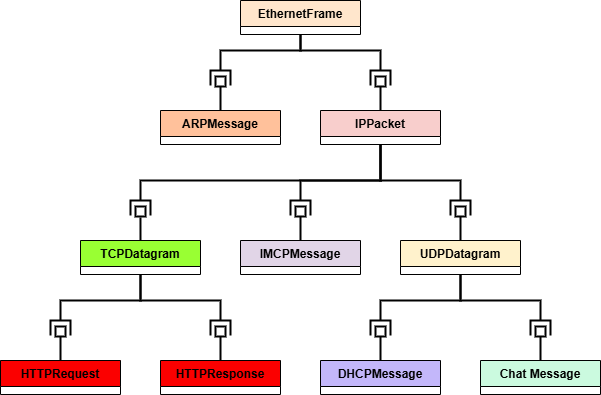
This is appliedprog/diagrams/week18-container-tree.png from RichardMorris/TRUR3125-Applied-Programming-26-27, a draw.io export, as it was before one commit. Source tidied: cells renumbered, new cells last; positions are measured from the earlier drawing's top-left corner, leaving out a move shared by most shapes. Source of this version:
```xml
<mxGraphModel>
  <root>
    <mxCell id="0" />
    <mxCell id="1" parent="0" />
    <mxCell id="2" value="UDPDatagram" style="swimlane;fontStyle=1;align=center;verticalAlign=top;horizontal=1;startSize=26;whiteSpace=wrap;html=1;fillColor=#FFF2CC;" parent="1" vertex="1">
      <mxGeometry x="400" y="240" width="120" height="34" as="geometry" />
    </mxCell>
    <mxCell id="3" value="IMCPMessage" style="swimlane;fontStyle=1;align=center;verticalAlign=top;horizontal=1;startSize=26;whiteSpace=wrap;html=1;fillColor=#E1D5E7;" parent="1" vertex="1">
      <mxGeometry x="240" y="240" width="120" height="34" as="geometry" />
    </mxCell>
    <mxCell id="4" style="rounded=0;jettySize=auto;html=1;endArrow=none;endFill=0;endSize=7;strokeWidth=2;sketch=0;strokeColor=default;align=center;verticalAlign=middle;fontFamily=Helvetica;fontSize=11;fontColor=default;labelBackgroundColor=default;sourcePerimeterSpacing=0;targetPerimeterSpacing=0;entryX=0.5;entryY=1;entryDx=0;entryDy=0;" parent="1" edge="1" source="20" target="44">
      <mxGeometry relative="1" as="geometry" />
    </mxCell>
    <mxCell id="5" style="rounded=0;jettySize=auto;html=1;endArrow=none;endFill=0;sketch=0;sourcePerimeterSpacing=0;targetPerimeterSpacing=0;endSize=7;strokeWidth=2;edgeStyle=orthogonalEdgeStyle;strokeColor=default;align=center;verticalAlign=middle;fontFamily=Helvetica;fontSize=11;fontColor=default;labelBackgroundColor=default;entryX=0.5;entryY=1;entryDx=0;entryDy=0;" parent="1" edge="1" source="17" target="40">
      <mxGeometry relative="1" as="geometry">
        <Array as="points">
          <mxPoint x="300" y="50" />
          <mxPoint x="380" y="50" />
        </Array>
      </mxGeometry>
    </mxCell>
    <mxCell id="6" style="rounded=0;jettySize=auto;html=1;endArrow=none;endFill=0;sketch=0;sourcePerimeterSpacing=0;targetPerimeterSpacing=0;endSize=7;strokeWidth=2;edgeStyle=orthogonalEdgeStyle;strokeColor=default;align=center;verticalAlign=middle;fontFamily=Helvetica;fontSize=11;fontColor=default;labelBackgroundColor=default;" parent="1" edge="1" source="16">
      <mxGeometry relative="1" as="geometry">
        <mxPoint x="300" y="200" as="targetPoint" />
        <Array as="points">
          <mxPoint x="380" y="180" />
          <mxPoint x="300" y="180" />
        </Array>
      </mxGeometry>
    </mxCell>
    <mxCell id="7" style="rounded=0;jettySize=auto;html=1;endArrow=none;endFill=0;sketch=0;sourcePerimeterSpacing=0;targetPerimeterSpacing=0;endSize=7;strokeWidth=2;edgeStyle=orthogonalEdgeStyle;strokeColor=default;align=center;verticalAlign=middle;fontFamily=Helvetica;fontSize=11;fontColor=default;labelBackgroundColor=default;entryX=0.5;entryY=1;entryDx=0;entryDy=0;" parent="1" edge="1" source="16" target="37">
      <mxGeometry relative="1" as="geometry">
        <Array as="points">
          <mxPoint x="380" y="180" />
          <mxPoint x="460" y="180" />
        </Array>
      </mxGeometry>
    </mxCell>
    <mxCell id="8" style="rounded=0;jettySize=auto;html=1;endArrow=none;endFill=0;endSize=10;strokeWidth=2;sketch=0;strokeColor=default;align=center;verticalAlign=middle;fontFamily=Helvetica;fontSize=11;fontColor=default;labelBackgroundColor=default;entryX=0.5;entryY=1;entryDx=0;entryDy=0;" parent="1" edge="1" source="3" target="32">
      <mxGeometry relative="1" as="geometry" />
    </mxCell>
    <mxCell id="9" style="rounded=0;jettySize=auto;html=1;endArrow=none;endFill=0;endSize=5;strokeWidth=2;sketch=0;strokeColor=default;align=center;verticalAlign=middle;fontFamily=Helvetica;fontSize=11;fontColor=default;labelBackgroundColor=default;entryX=0.5;entryY=1;entryDx=0;entryDy=0;" parent="1" edge="1" source="2" target="38">
      <mxGeometry relative="1" as="geometry" />
    </mxCell>
    <mxCell id="10" value="Chat Message" style="swimlane;fontStyle=1;align=center;verticalAlign=top;horizontal=1;startSize=26;whiteSpace=wrap;html=1;fillColor=#CBFADF;" parent="1" vertex="1">
      <mxGeometry x="480" y="360" width="120" height="34" as="geometry" />
    </mxCell>
    <mxCell id="11" style="rounded=0;jettySize=auto;html=1;endArrow=none;endFill=0;endSize=7;strokeWidth=2;sketch=0;strokeColor=default;align=center;verticalAlign=middle;fontFamily=Helvetica;fontSize=11;fontColor=default;labelBackgroundColor=default;sourcePerimeterSpacing=0;targetPerimeterSpacing=0;entryX=0.5;entryY=1;entryDx=0;entryDy=0;" parent="1" edge="1" source="10" target="53">
      <mxGeometry relative="1" as="geometry" />
    </mxCell>
    <mxCell id="12" style="rounded=0;jettySize=auto;html=1;endArrow=none;endFill=0;sketch=0;sourcePerimeterSpacing=0;targetPerimeterSpacing=0;endSize=7;strokeWidth=2;edgeStyle=orthogonalEdgeStyle;strokeColor=default;align=center;verticalAlign=middle;fontFamily=Helvetica;fontSize=11;fontColor=default;labelBackgroundColor=default;" parent="1" edge="1" source="2">
      <mxGeometry relative="1" as="geometry">
        <mxPoint x="540" y="320" as="targetPoint" />
        <Array as="points">
          <mxPoint x="460" y="300" />
          <mxPoint x="540" y="300" />
        </Array>
      </mxGeometry>
    </mxCell>
    <mxCell id="13" value="DHCPMessage" style="swimlane;fontStyle=1;align=center;verticalAlign=top;horizontal=1;startSize=26;whiteSpace=wrap;html=1;fillColor=#C3B7FA;" parent="1" vertex="1">
      <mxGeometry x="320" y="360" width="120" height="34" as="geometry" />
    </mxCell>
    <mxCell id="14" style="rounded=0;jettySize=auto;html=1;endArrow=none;endFill=0;endSize=7;strokeWidth=2;sketch=0;strokeColor=default;align=center;verticalAlign=middle;fontFamily=Helvetica;fontSize=11;fontColor=default;labelBackgroundColor=default;sourcePerimeterSpacing=0;targetPerimeterSpacing=0;entryX=0.5;entryY=1;entryDx=0;entryDy=0;" parent="1" edge="1" source="13" target="56">
      <mxGeometry relative="1" as="geometry" />
    </mxCell>
    <mxCell id="15" style="rounded=0;jettySize=auto;html=1;endArrow=none;endFill=0;sketch=0;sourcePerimeterSpacing=0;targetPerimeterSpacing=0;endSize=7;strokeWidth=2;edgeStyle=orthogonalEdgeStyle;strokeColor=default;align=center;verticalAlign=middle;fontFamily=Helvetica;fontSize=11;fontColor=default;labelBackgroundColor=default;" parent="1" edge="1" source="2">
      <mxGeometry relative="1" as="geometry">
        <mxPoint x="380" y="320" as="targetPoint" />
        <Array as="points">
          <mxPoint x="460" y="300" />
          <mxPoint x="380" y="300" />
        </Array>
      </mxGeometry>
    </mxCell>
    <mxCell id="16" value="IPPacket" style="swimlane;fontStyle=1;align=center;verticalAlign=top;horizontal=1;startSize=26;whiteSpace=wrap;html=1;fillColor=#F8CECC;" parent="1" vertex="1">
      <mxGeometry x="320" y="110" width="120" height="34" as="geometry" />
    </mxCell>
    <mxCell id="17" value="EthernetFrame" style="swimlane;fontStyle=1;align=center;verticalAlign=top;horizontal=1;startSize=26;whiteSpace=wrap;html=1;fillColor=#FFE6CC;" parent="1" vertex="1">
      <mxGeometry x="240" width="120" height="34" as="geometry" />
    </mxCell>
    <mxCell id="18" style="rounded=0;jettySize=auto;html=1;endArrow=none;endFill=0;endSize=7;strokeWidth=2;sketch=0;edgeStyle=orthogonalEdgeStyle;strokeColor=default;align=center;verticalAlign=middle;fontFamily=Helvetica;fontSize=11;fontColor=default;labelBackgroundColor=default;sourcePerimeterSpacing=0;targetPerimeterSpacing=0;entryX=0.5;entryY=1;entryDx=0;entryDy=0;" parent="1" edge="1" source="16" target="41">
      <mxGeometry relative="1" as="geometry" />
    </mxCell>
    <mxCell id="19" style="rounded=0;jettySize=auto;html=1;endArrow=none;endFill=0;sketch=0;sourcePerimeterSpacing=0;targetPerimeterSpacing=0;endSize=7;strokeWidth=2;edgeStyle=orthogonalEdgeStyle;strokeColor=default;align=center;verticalAlign=middle;fontFamily=Helvetica;fontSize=11;fontColor=default;labelBackgroundColor=default;entryX=0.5;entryY=1;entryDx=0;entryDy=0;" parent="1" edge="1" source="17" target="43">
      <mxGeometry relative="1" as="geometry">
        <Array as="points">
          <mxPoint x="300" y="50" />
          <mxPoint x="220" y="50" />
        </Array>
      </mxGeometry>
    </mxCell>
    <mxCell id="20" value="ARPMessage" style="swimlane;fontStyle=1;align=center;verticalAlign=top;horizontal=1;startSize=26;whiteSpace=wrap;html=1;fillColor=#FFC19B;" parent="1" vertex="1">
      <mxGeometry x="160" y="110" width="120" height="34" as="geometry" />
    </mxCell>
    <mxCell id="21" value="TCPDatagram" style="swimlane;fontStyle=1;align=center;verticalAlign=top;horizontal=1;startSize=26;whiteSpace=wrap;html=1;fillColor=#99FF33;" parent="1" vertex="1">
      <mxGeometry x="80" y="240" width="120" height="34" as="geometry" />
    </mxCell>
    <mxCell id="22" style="rounded=0;jettySize=auto;html=1;endArrow=none;endFill=0;sketch=0;sourcePerimeterSpacing=0;targetPerimeterSpacing=0;endSize=7;strokeWidth=2;edgeStyle=orthogonalEdgeStyle;strokeColor=default;align=center;verticalAlign=middle;fontFamily=Helvetica;fontSize=11;fontColor=default;labelBackgroundColor=default;entryX=0.5;entryY=1;entryDx=0;entryDy=0;" parent="1" edge="1" source="16" target="34">
      <mxGeometry relative="1" as="geometry">
        <Array as="points">
          <mxPoint x="380" y="180" />
          <mxPoint x="140" y="180" />
        </Array>
      </mxGeometry>
    </mxCell>
    <mxCell id="23" style="rounded=0;jettySize=auto;html=1;endArrow=none;endFill=0;endSize=10;strokeWidth=2;sketch=0;strokeColor=default;align=center;verticalAlign=middle;fontFamily=Helvetica;fontSize=11;fontColor=default;labelBackgroundColor=default;entryX=0.497;entryY=1.1;entryDx=0;entryDy=0;entryPerimeter=0;" parent="1" edge="1" source="21" target="35">
      <mxGeometry relative="1" as="geometry" />
    </mxCell>
    <mxCell id="24" value="HTTPResponse" style="swimlane;fontStyle=1;align=center;verticalAlign=top;horizontal=1;startSize=26;whiteSpace=wrap;html=1;fillColor=light-dark(#FB0000,#CC0000);" parent="1" vertex="1">
      <mxGeometry x="160" y="360" width="120" height="34" as="geometry" />
    </mxCell>
    <mxCell id="25" value="HTTPRequest" style="swimlane;fontStyle=1;align=center;verticalAlign=top;horizontal=1;startSize=26;whiteSpace=wrap;html=1;fillColor=light-dark(#FB0000,#CC0000);" parent="1" vertex="1">
      <mxGeometry y="360" width="120" height="34" as="geometry" />
    </mxCell>
    <mxCell id="26" style="rounded=0;jettySize=auto;html=1;endArrow=none;endFill=0;endSize=7;strokeWidth=2;sketch=0;strokeColor=default;align=center;verticalAlign=middle;fontFamily=Helvetica;fontSize=11;fontColor=default;labelBackgroundColor=default;sourcePerimeterSpacing=0;targetPerimeterSpacing=0;entryX=0.5;entryY=1;entryDx=0;entryDy=0;" parent="1" edge="1" source="24" target="47">
      <mxGeometry relative="1" as="geometry" />
    </mxCell>
    <mxCell id="27" style="rounded=0;jettySize=auto;html=1;endArrow=none;endFill=0;sketch=0;sourcePerimeterSpacing=0;targetPerimeterSpacing=0;endSize=7;strokeWidth=2;edgeStyle=orthogonalEdgeStyle;strokeColor=default;align=center;verticalAlign=middle;fontFamily=Helvetica;fontSize=11;fontColor=default;labelBackgroundColor=default;entryX=0.5;entryY=1;entryDx=0;entryDy=0;" parent="1" edge="1" source="21" target="46">
      <mxGeometry relative="1" as="geometry">
        <Array as="points">
          <mxPoint x="140" y="300" />
          <mxPoint x="220" y="300" />
        </Array>
      </mxGeometry>
    </mxCell>
    <mxCell id="28" style="rounded=0;jettySize=auto;html=1;endArrow=none;endFill=0;endSize=7;strokeWidth=2;sketch=0;exitX=0.5;exitY=0;exitDx=0;exitDy=0;strokeColor=default;align=center;verticalAlign=middle;fontFamily=Helvetica;fontSize=11;fontColor=default;labelBackgroundColor=default;sourcePerimeterSpacing=0;targetPerimeterSpacing=0;entryX=0.5;entryY=1;entryDx=0;entryDy=0;" parent="1" edge="1" source="25" target="50">
      <mxGeometry relative="1" as="geometry" />
    </mxCell>
    <mxCell id="29" style="rounded=0;jettySize=auto;html=1;endArrow=none;endFill=0;sketch=0;sourcePerimeterSpacing=0;targetPerimeterSpacing=0;endSize=7;strokeWidth=2;edgeStyle=orthogonalEdgeStyle;strokeColor=default;align=center;verticalAlign=middle;fontFamily=Helvetica;fontSize=11;fontColor=default;labelBackgroundColor=default;" parent="1" edge="1" source="21">
      <mxGeometry relative="1" as="geometry">
        <mxPoint x="60" y="320" as="targetPoint" />
        <Array as="points">
          <mxPoint x="140" y="300" />
          <mxPoint x="60" y="300" />
        </Array>
      </mxGeometry>
    </mxCell>
    <mxCell id="30" style="group;" parent="1" vertex="1">
      <mxGeometry x="290" y="200" width="20" height="16" as="geometry" />
    </mxCell>
    <mxCell id="31" style="shape=partialRectangle;whiteSpace=wrap;html=1;bottom=1;right=1;left=1;top=0;fillColor=none;routingCenterX=-0.5;direction=west;strokeWidth=2;" parent="30" vertex="1">
      <mxGeometry width="20" height="14" as="geometry" />
    </mxCell>
    <mxCell id="32" style="rounded=0;whiteSpace=wrap;html=1;fillColor=none;strokeWidth=2;" parent="30" vertex="1">
      <mxGeometry x="5" y="6" width="10" height="10" as="geometry" />
    </mxCell>
    <mxCell id="33" style="group;" parent="1" vertex="1">
      <mxGeometry x="130" y="200" width="20" height="16" as="geometry" />
    </mxCell>
    <mxCell id="34" style="shape=partialRectangle;whiteSpace=wrap;html=1;bottom=1;right=1;left=1;top=0;fillColor=none;routingCenterX=-0.5;direction=west;strokeWidth=2;" parent="33" vertex="1">
      <mxGeometry width="20" height="14" as="geometry" />
    </mxCell>
    <mxCell id="35" style="rounded=0;whiteSpace=wrap;html=1;fillColor=none;strokeWidth=2;" parent="33" vertex="1">
      <mxGeometry x="5" y="6" width="10" height="10" as="geometry" />
    </mxCell>
    <mxCell id="36" style="group;" parent="1" vertex="1">
      <mxGeometry x="450" y="200" width="20" height="16" as="geometry" />
    </mxCell>
    <mxCell id="37" style="shape=partialRectangle;whiteSpace=wrap;html=1;bottom=1;right=1;left=1;top=0;fillColor=none;routingCenterX=-0.5;direction=west;strokeWidth=2;" parent="36" vertex="1">
      <mxGeometry width="20" height="14" as="geometry" />
    </mxCell>
    <mxCell id="38" style="rounded=0;whiteSpace=wrap;html=1;fillColor=none;strokeWidth=2;" parent="36" vertex="1">
      <mxGeometry x="5" y="6" width="10" height="10" as="geometry" />
    </mxCell>
    <mxCell id="39" style="group;" parent="1" vertex="1">
      <mxGeometry x="370" y="70" width="20" height="16" as="geometry" />
    </mxCell>
    <mxCell id="40" style="shape=partialRectangle;whiteSpace=wrap;html=1;bottom=1;right=1;left=1;top=0;fillColor=none;routingCenterX=-0.5;direction=west;strokeWidth=2;" parent="39" vertex="1">
      <mxGeometry width="20" height="14" as="geometry" />
    </mxCell>
    <mxCell id="41" style="rounded=0;whiteSpace=wrap;html=1;fillColor=none;strokeWidth=2;" parent="39" vertex="1">
      <mxGeometry x="5" y="6" width="10" height="10" as="geometry" />
    </mxCell>
    <mxCell id="42" style="group;" parent="1" vertex="1">
      <mxGeometry x="210" y="70" width="20" height="16" as="geometry" />
    </mxCell>
    <mxCell id="43" style="shape=partialRectangle;whiteSpace=wrap;html=1;bottom=1;right=1;left=1;top=0;fillColor=none;routingCenterX=-0.5;direction=west;strokeWidth=2;" parent="42" vertex="1">
      <mxGeometry width="20" height="14" as="geometry" />
    </mxCell>
    <mxCell id="44" style="rounded=0;whiteSpace=wrap;html=1;fillColor=none;strokeWidth=2;" parent="42" vertex="1">
      <mxGeometry x="5" y="6" width="10" height="10" as="geometry" />
    </mxCell>
    <mxCell id="45" style="group;" parent="1" vertex="1">
      <mxGeometry x="210" y="320" width="20" height="16" as="geometry" />
    </mxCell>
    <mxCell id="46" style="shape=partialRectangle;whiteSpace=wrap;html=1;bottom=1;right=1;left=1;top=0;fillColor=none;routingCenterX=-0.5;direction=west;strokeWidth=2;" parent="45" vertex="1">
      <mxGeometry width="20" height="14" as="geometry" />
    </mxCell>
    <mxCell id="47" style="rounded=0;whiteSpace=wrap;html=1;fillColor=none;strokeWidth=2;" parent="45" vertex="1">
      <mxGeometry x="5" y="6" width="10" height="10" as="geometry" />
    </mxCell>
    <mxCell id="48" style="group;" parent="1" vertex="1">
      <mxGeometry x="50" y="320" width="20" height="16" as="geometry" />
    </mxCell>
    <mxCell id="49" style="shape=partialRectangle;whiteSpace=wrap;html=1;bottom=1;right=1;left=1;top=0;fillColor=none;routingCenterX=-0.5;direction=west;strokeWidth=2;" parent="48" vertex="1">
      <mxGeometry width="20" height="14" as="geometry" />
    </mxCell>
    <mxCell id="50" style="rounded=0;whiteSpace=wrap;html=1;fillColor=none;strokeWidth=2;" parent="48" vertex="1">
      <mxGeometry x="5" y="6" width="10" height="10" as="geometry" />
    </mxCell>
    <mxCell id="51" style="group;" parent="1" vertex="1">
      <mxGeometry x="530" y="320" width="20" height="16" as="geometry" />
    </mxCell>
    <mxCell id="52" style="shape=partialRectangle;whiteSpace=wrap;html=1;bottom=1;right=1;left=1;top=0;fillColor=none;routingCenterX=-0.5;direction=west;strokeWidth=2;" parent="51" vertex="1">
      <mxGeometry width="20" height="14" as="geometry" />
    </mxCell>
    <mxCell id="53" style="rounded=0;whiteSpace=wrap;html=1;fillColor=none;strokeWidth=2;" parent="51" vertex="1">
      <mxGeometry x="5" y="6" width="10" height="10" as="geometry" />
    </mxCell>
    <mxCell id="54" style="group;" parent="1" vertex="1">
      <mxGeometry x="370" y="320" width="20" height="16" as="geometry" />
    </mxCell>
    <mxCell id="55" style="shape=partialRectangle;whiteSpace=wrap;html=1;bottom=1;right=1;left=1;top=0;fillColor=none;routingCenterX=-0.5;direction=west;strokeWidth=2;" parent="54" vertex="1">
      <mxGeometry width="20" height="14" as="geometry" />
    </mxCell>
    <mxCell id="56" style="rounded=0;whiteSpace=wrap;html=1;fillColor=none;strokeWidth=2;" parent="54" vertex="1">
      <mxGeometry x="5" y="6" width="10" height="10" as="geometry" />
    </mxCell>
  </root>
</mxGraphModel>
```
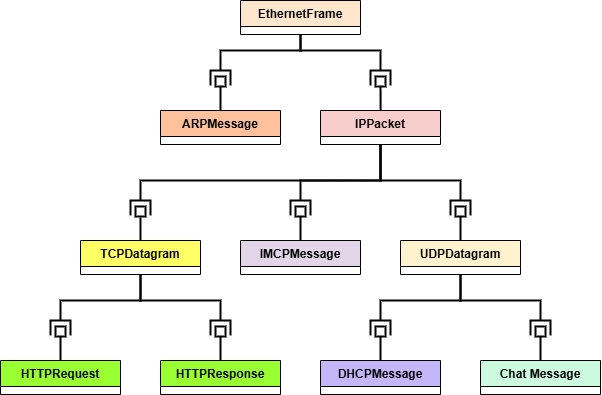
After the change.

Commit message:
Diagrams and readmes

The edit, as a diff of the source:
```diff
@@ -92,7 +92,7 @@
     <mxCell id="20" value="ARPMessage" style="swimlane;fontStyle=1;align=center;verticalAlign=top;horizontal=1;startSize=26;whiteSpace=wrap;html=1;fillColor=#FFC19B;" parent="1" vertex="1">
       <mxGeometry x="160" y="110" width="120" height="34" as="geometry" />
     </mxCell>
-    <mxCell id="21" value="TCPDatagram" style="swimlane;fontStyle=1;align=center;verticalAlign=top;horizontal=1;startSize=26;whiteSpace=wrap;html=1;fillColor=#99FF33;" parent="1" vertex="1">
+    <mxCell id="21" value="TCPDatagram" style="swimlane;fontStyle=1;align=center;verticalAlign=top;horizontal=1;startSize=26;whiteSpace=wrap;html=1;fillColor=#FFFF66;" parent="1" vertex="1">
       <mxGeometry x="80" y="240" width="120" height="34" as="geometry" />
     </mxCell>
     <mxCell id="22" style="rounded=0;jettySize=auto;html=1;endArrow=none;endFill=0;sketch=0;sourcePerimeterSpacing=0;targetPerimeterSpacing=0;endSize=7;strokeWidth=2;edgeStyle=orthogonalEdgeStyle;strokeColor=default;align=center;verticalAlign=middle;fontFamily=Helvetica;fontSize=11;fontColor=default;labelBackgroundColor=default;entryX=0.5;entryY=1;entryDx=0;entryDy=0;" parent="1" edge="1" source="16" target="34">
@@ -106,10 +106,10 @@
     <mxCell id="23" style="rounded=0;jettySize=auto;html=1;endArrow=none;endFill=0;endSize=10;strokeWidth=2;sketch=0;strokeColor=default;align=center;verticalAlign=middle;fontFamily=Helvetica;fontSize=11;fontColor=default;labelBackgroundColor=default;entryX=0.497;entryY=1.1;entryDx=0;entryDy=0;entryPerimeter=0;" parent="1" edge="1" source="21" target="35">
       <mxGeometry relative="1" as="geometry" />
     </mxCell>
-    <mxCell id="24" value="HTTPResponse" style="swimlane;fontStyle=1;align=center;verticalAlign=top;horizontal=1;startSize=26;whiteSpace=wrap;html=1;fillColor=light-dark(#FB0000,#CC0000);" parent="1" vertex="1">
+    <mxCell id="24" value="HTTPResponse" style="swimlane;fontStyle=1;align=center;verticalAlign=top;horizontal=1;startSize=26;whiteSpace=wrap;html=1;fillColor=#99FF33;strokeColor=default;fontFamily=Helvetica;fontSize=12;fontColor=default;" parent="1" vertex="1">
       <mxGeometry x="160" y="360" width="120" height="34" as="geometry" />
     </mxCell>
-    <mxCell id="25" value="HTTPRequest" style="swimlane;fontStyle=1;align=center;verticalAlign=top;horizontal=1;startSize=26;whiteSpace=wrap;html=1;fillColor=light-dark(#FB0000,#CC0000);" parent="1" vertex="1">
+    <mxCell id="25" value="HTTPRequest" style="swimlane;fontStyle=1;align=center;verticalAlign=top;horizontal=1;startSize=26;whiteSpace=wrap;html=1;fillColor=#99FF33;" parent="1" vertex="1">
       <mxGeometry y="360" width="120" height="34" as="geometry" />
     </mxCell>
     <mxCell id="26" style="rounded=0;jettySize=auto;html=1;endArrow=none;endFill=0;endSize=7;strokeWidth=2;sketch=0;strokeColor=default;align=center;verticalAlign=middle;fontFamily=Helvetica;fontSize=11;fontColor=default;labelBackgroundColor=default;sourcePerimeterSpacing=0;targetPerimeterSpacing=0;entryX=0.5;entryY=1;entryDx=0;entryDy=0;" parent="1" edge="1" source="24" target="47">
```
